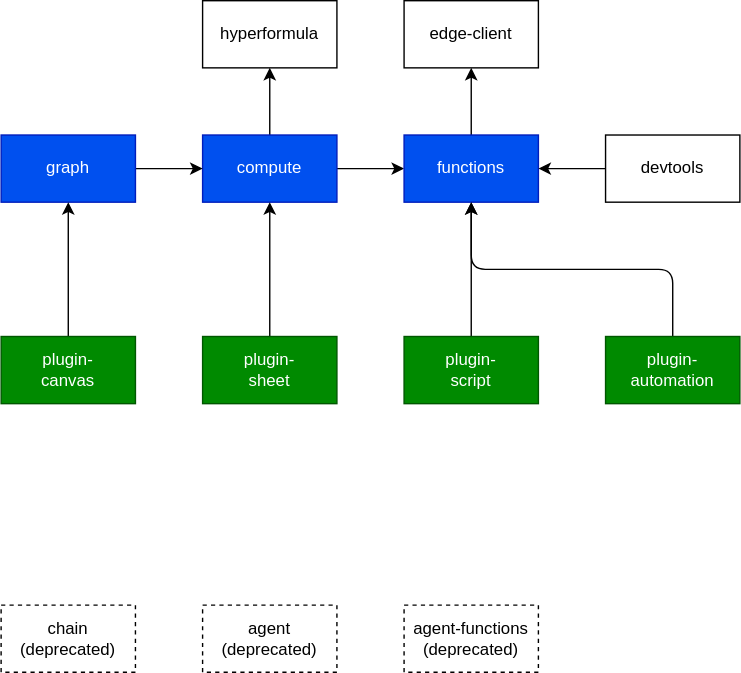
Before: packages/core/compute/docs/compute.drawio.svg, a diagram exported from draw.io (dxos/dxos). Source tidied: cells renumbered, new cells last; positions are measured from the earlier drawing's top-left corner, leaving out a move shared by most shapes. Its diagram source:
```xml
<mxGraphModel>
  <root>
    <mxCell id="0" />
    <mxCell id="1" parent="0" />
    <mxCell id="2" style="edgeStyle=none;html=1;exitX=1;exitY=0.5;exitDx=0;exitDy=0;" parent="1" edge="1" source="4" target="6">
      <mxGeometry relative="1" as="geometry" />
    </mxCell>
    <mxCell id="3" style="edgeStyle=none;html=1;exitX=0.5;exitY=0;exitDx=0;exitDy=0;" parent="1" edge="1" source="4" target="18">
      <mxGeometry relative="1" as="geometry" />
    </mxCell>
    <mxCell id="4" value="compute" style="rounded=0;whiteSpace=wrap;html=1;fillColor=#0050ef;fontColor=#ffffff;strokeColor=#001DBC;" parent="1" vertex="1">
      <mxGeometry x="144" y="96" width="96" height="48" as="geometry" />
    </mxCell>
    <mxCell id="5" style="edgeStyle=none;html=1;exitX=0.5;exitY=0;exitDx=0;exitDy=0;" parent="1" edge="1" source="6" target="17">
      <mxGeometry relative="1" as="geometry" />
    </mxCell>
    <mxCell id="6" value="functions" style="rounded=0;whiteSpace=wrap;html=1;fillColor=#0050ef;fontColor=#ffffff;strokeColor=#001DBC;" parent="1" vertex="1">
      <mxGeometry x="288" y="96" width="96" height="48" as="geometry" />
    </mxCell>
    <mxCell id="7" style="edgeStyle=none;html=1;exitX=1;exitY=0.5;exitDx=0;exitDy=0;" parent="1" edge="1" source="8" target="4">
      <mxGeometry relative="1" as="geometry" />
    </mxCell>
    <mxCell id="8" value="graph" style="rounded=0;whiteSpace=wrap;html=1;fillColor=#0050ef;fontColor=#ffffff;strokeColor=#001DBC;" parent="1" vertex="1">
      <mxGeometry y="96" width="96" height="48" as="geometry" />
    </mxCell>
    <mxCell id="9" style="edgeStyle=none;html=1;exitX=0.5;exitY=0;exitDx=0;exitDy=0;" parent="1" edge="1" source="10" target="6">
      <mxGeometry relative="1" as="geometry">
        <Array as="points">
          <mxPoint x="480" y="192" />
          <mxPoint x="336" y="192" />
        </Array>
      </mxGeometry>
    </mxCell>
    <mxCell id="10" value="plugin-&lt;br&gt;automation" style="rounded=0;whiteSpace=wrap;html=1;fillColor=#008a00;fontColor=#ffffff;strokeColor=#005700;" parent="1" vertex="1">
      <mxGeometry x="432" y="240" width="96" height="48" as="geometry" />
    </mxCell>
    <mxCell id="11" style="edgeStyle=none;html=1;exitX=0.5;exitY=0;exitDx=0;exitDy=0;" parent="1" edge="1" source="12" target="4">
      <mxGeometry relative="1" as="geometry" />
    </mxCell>
    <mxCell id="12" value="plugin-&lt;br&gt;sheet" style="rounded=0;whiteSpace=wrap;html=1;fillColor=#008a00;fontColor=#ffffff;strokeColor=#005700;" parent="1" vertex="1">
      <mxGeometry x="144" y="240" width="96" height="48" as="geometry" />
    </mxCell>
    <mxCell id="13" style="edgeStyle=none;html=1;exitX=0.5;exitY=0;exitDx=0;exitDy=0;" parent="1" edge="1" source="14" target="8">
      <mxGeometry relative="1" as="geometry" />
    </mxCell>
    <mxCell id="14" value="plugin-&lt;br&gt;canvas" style="rounded=0;whiteSpace=wrap;html=1;fillColor=#008a00;fontColor=#ffffff;strokeColor=#005700;" parent="1" vertex="1">
      <mxGeometry y="240" width="96" height="48" as="geometry" />
    </mxCell>
    <mxCell id="15" value="chain&lt;br&gt;(deprecated)" style="rounded=0;whiteSpace=wrap;html=1;dashed=1;" parent="1" vertex="1">
      <mxGeometry y="432" width="96" height="48" as="geometry" />
    </mxCell>
    <mxCell id="16" value="agent&lt;br&gt;(deprecated)" style="rounded=0;whiteSpace=wrap;html=1;dashed=1;" parent="1" vertex="1">
      <mxGeometry x="144" y="432" width="96" height="48" as="geometry" />
    </mxCell>
    <mxCell id="17" value="edge-client" style="rounded=0;whiteSpace=wrap;html=1;" parent="1" vertex="1">
      <mxGeometry x="288" width="96" height="48" as="geometry" />
    </mxCell>
    <mxCell id="18" value="hyperformula" style="rounded=0;whiteSpace=wrap;html=1;" parent="1" vertex="1">
      <mxGeometry x="144" width="96" height="48" as="geometry" />
    </mxCell>
    <mxCell id="19" style="edgeStyle=none;html=1;exitX=0.5;exitY=0;exitDx=0;exitDy=0;" parent="1" edge="1" source="20" target="6">
      <mxGeometry relative="1" as="geometry" />
    </mxCell>
    <mxCell id="20" value="plugin-&lt;br&gt;script" style="rounded=0;whiteSpace=wrap;html=1;fillColor=#008a00;fontColor=#ffffff;strokeColor=#005700;" parent="1" vertex="1">
      <mxGeometry x="288" y="240" width="96" height="48" as="geometry" />
    </mxCell>
    <mxCell id="21" style="edgeStyle=none;html=1;exitX=0;exitY=0.5;exitDx=0;exitDy=0;" parent="1" edge="1" source="22" target="6">
      <mxGeometry relative="1" as="geometry" />
    </mxCell>
    <mxCell id="22" value="devtools" style="rounded=0;whiteSpace=wrap;html=1;" parent="1" vertex="1">
      <mxGeometry x="432" y="96" width="96" height="48" as="geometry" />
    </mxCell>
    <mxCell id="23" value="agent-functions&lt;br&gt;(deprecated)" style="rounded=0;whiteSpace=wrap;html=1;dashed=1;" parent="1" vertex="1">
      <mxGeometry x="288" y="432" width="96" height="48" as="geometry" />
    </mxCell>
  </root>
</mxGraphModel>
```
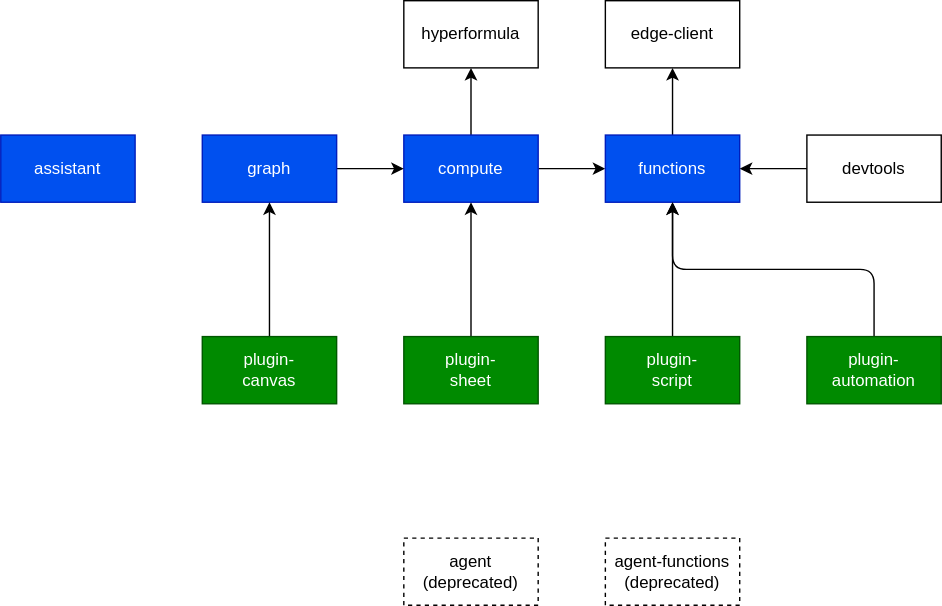
The same file after the commit.

What changed in the source:
```diff
@@ -46,11 +46,8 @@
     <mxCell id="14" value="plugin-&lt;br&gt;canvas" style="rounded=0;whiteSpace=wrap;html=1;fillColor=#008a00;fontColor=#ffffff;strokeColor=#005700;" parent="1" vertex="1">
       <mxGeometry y="240" width="96" height="48" as="geometry" />
     </mxCell>
-    <mxCell id="15" value="chain&lt;br&gt;(deprecated)" style="rounded=0;whiteSpace=wrap;html=1;dashed=1;" parent="1" vertex="1">
-      <mxGeometry y="432" width="96" height="48" as="geometry" />
-    </mxCell>
     <mxCell id="16" value="agent&lt;br&gt;(deprecated)" style="rounded=0;whiteSpace=wrap;html=1;dashed=1;" parent="1" vertex="1">
-      <mxGeometry x="144" y="432" width="96" height="48" as="geometry" />
+      <mxGeometry x="144" y="384" width="96" height="48" as="geometry" />
     </mxCell>
     <mxCell id="17" value="edge-client" style="rounded=0;whiteSpace=wrap;html=1;" parent="1" vertex="1">
       <mxGeometry x="288" width="96" height="48" as="geometry" />
@@ -71,7 +68,10 @@
       <mxGeometry x="432" y="96" width="96" height="48" as="geometry" />
     </mxCell>
     <mxCell id="23" value="agent-functions&lt;br&gt;(deprecated)" style="rounded=0;whiteSpace=wrap;html=1;dashed=1;" parent="1" vertex="1">
-      <mxGeometry x="288" y="432" width="96" height="48" as="geometry" />
+      <mxGeometry x="288" y="384" width="96" height="48" as="geometry" />
     </mxCell>
+    <mxCell id="24" value="assistant" style="rounded=0;whiteSpace=wrap;html=1;fillColor=#0050ef;fontColor=#ffffff;strokeColor=#001DBC;" parent="1" vertex="1">
+      <mxGeometry x="-144" y="96" width="96" height="48" as="geometry" />
+    </mxCell>
   </root>
 </mxGraphModel>
```
